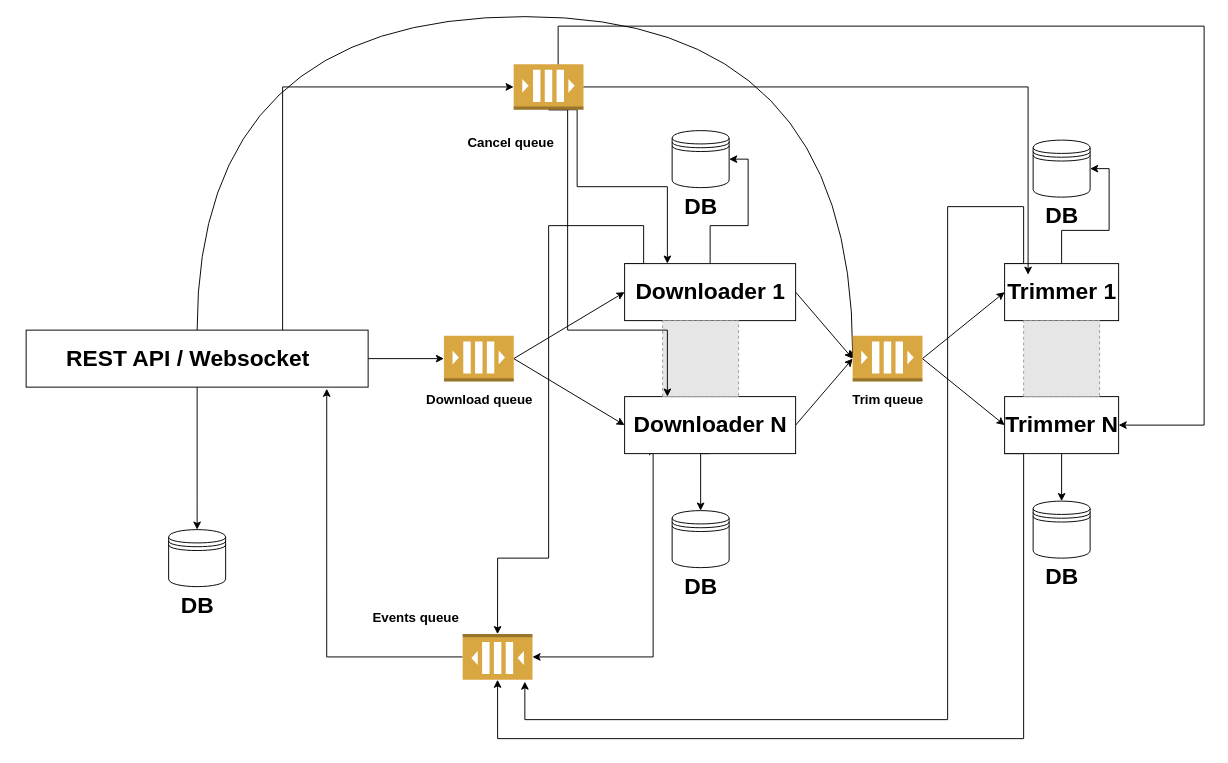
The draw.io diagram misc/architecture.drawio in bojan96/youtube-trimmer, before the edit. Source tidied: cells renumbered, new cells numbered last; positions are measured from the earlier drawing's top-left corner, leaving out a move shared by most shapes. Both pictures are drawn from the tidied source at 95%, with x=0, y=0 at pixel (16, 16). Pictures stored in the file or linked from it are replaced by grey dashed boxes.
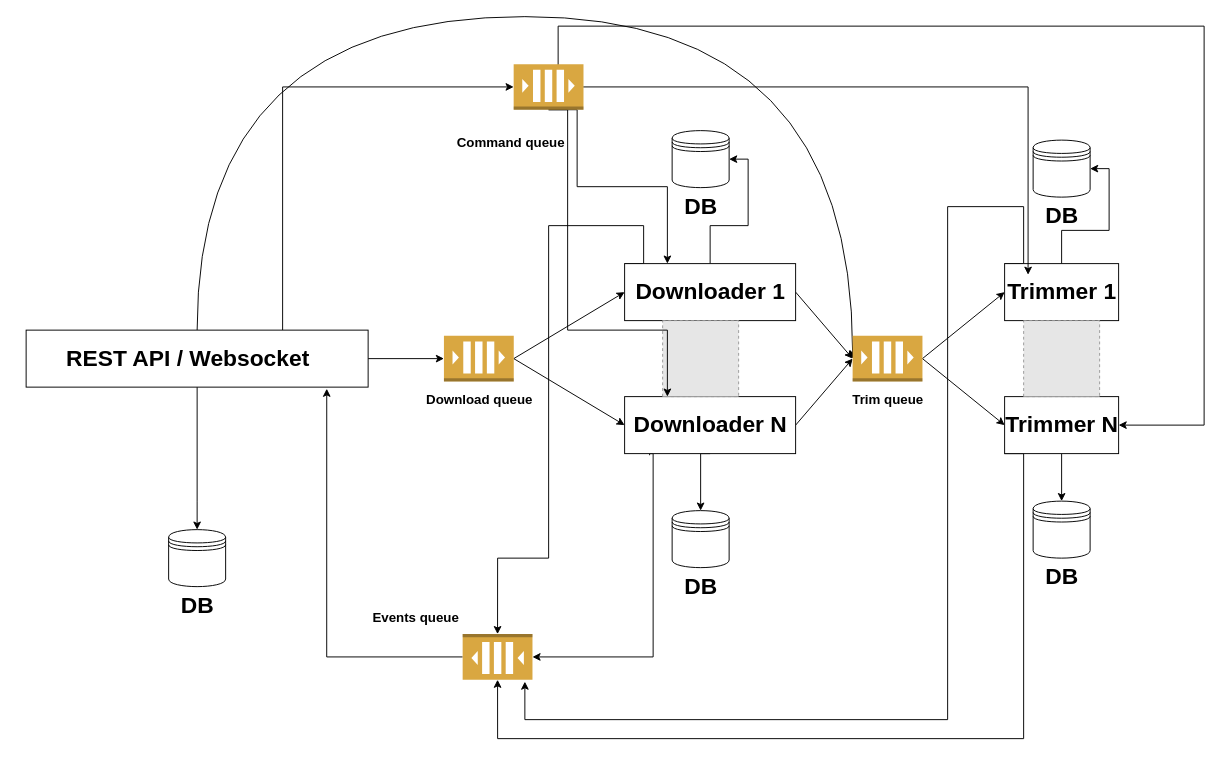
The same page after the edit.

Commit message:
Change queue name

Diff of the diagram source:
```diff
@@
-    <mxCell id="54" value="&lt;font style=&quot;font-size: 14px&quot;&gt;Cancel queue&lt;br&gt;&lt;/font&gt;" style="text;strokeColor=none;fillColor=none;html=1;fontSize=24;fontStyle=1;verticalAlign=middle;align=center;" parent="1" vertex="1">
+    <mxCell id="54" value="&lt;font style=&quot;font-size: 14px&quot;&gt;Command queue&lt;br&gt;&lt;/font&gt;" style="text;strokeColor=none;fillColor=none;html=1;fontSize=24;fontStyle=1;verticalAlign=middle;align=center;" parent="1" vertex="1">
       <mxGeometry x="469.5" y="110" width="100" height="40" as="geometry" />
     </mxCell>
```
